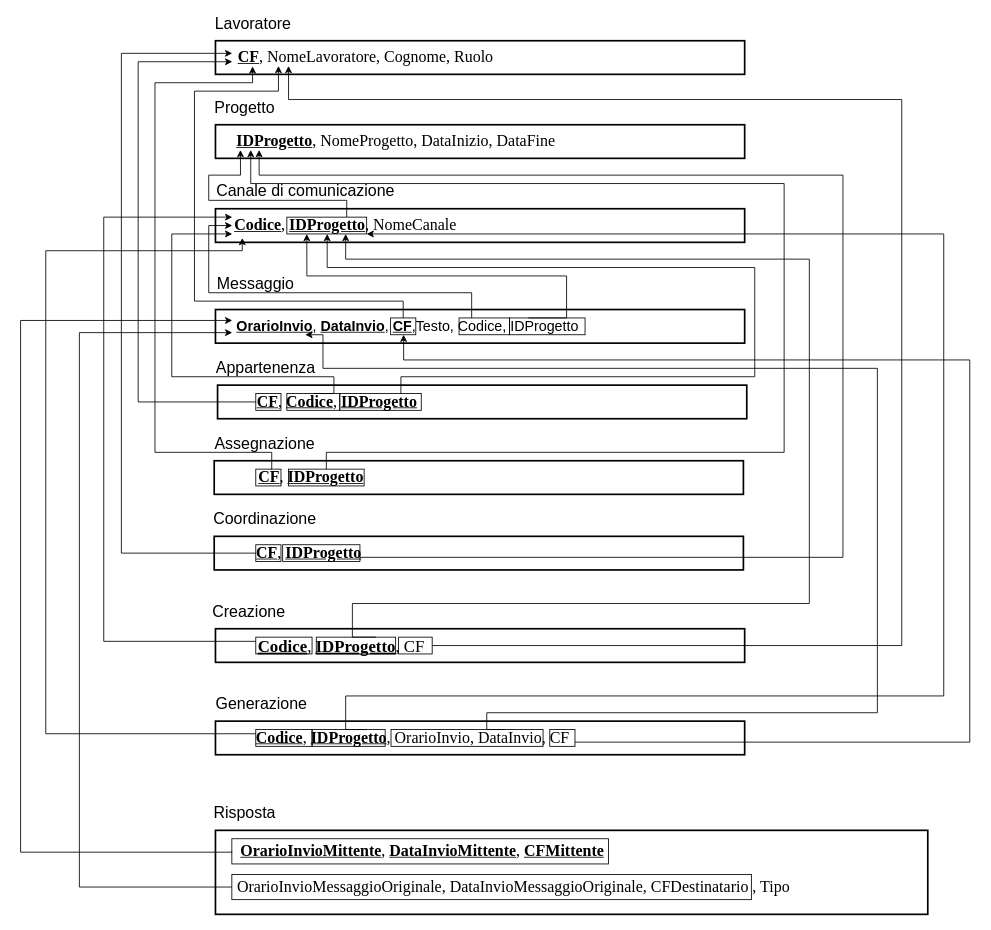
Earlier version of the draw.io diagram page "Modello relazionale" (8 of 8) of Relazione/Schema ER/scheletro.drawio (martafra/BD-Chat-Multicanale). Source tidied: cells renumbered, new cells numbered last; positions are measured from the earlier drawing's top-left corner, leaving out a move shared by most shapes. Both pictures are drawn from the tidied source at 84%, with x=0, y=0 at pixel (20, 15).
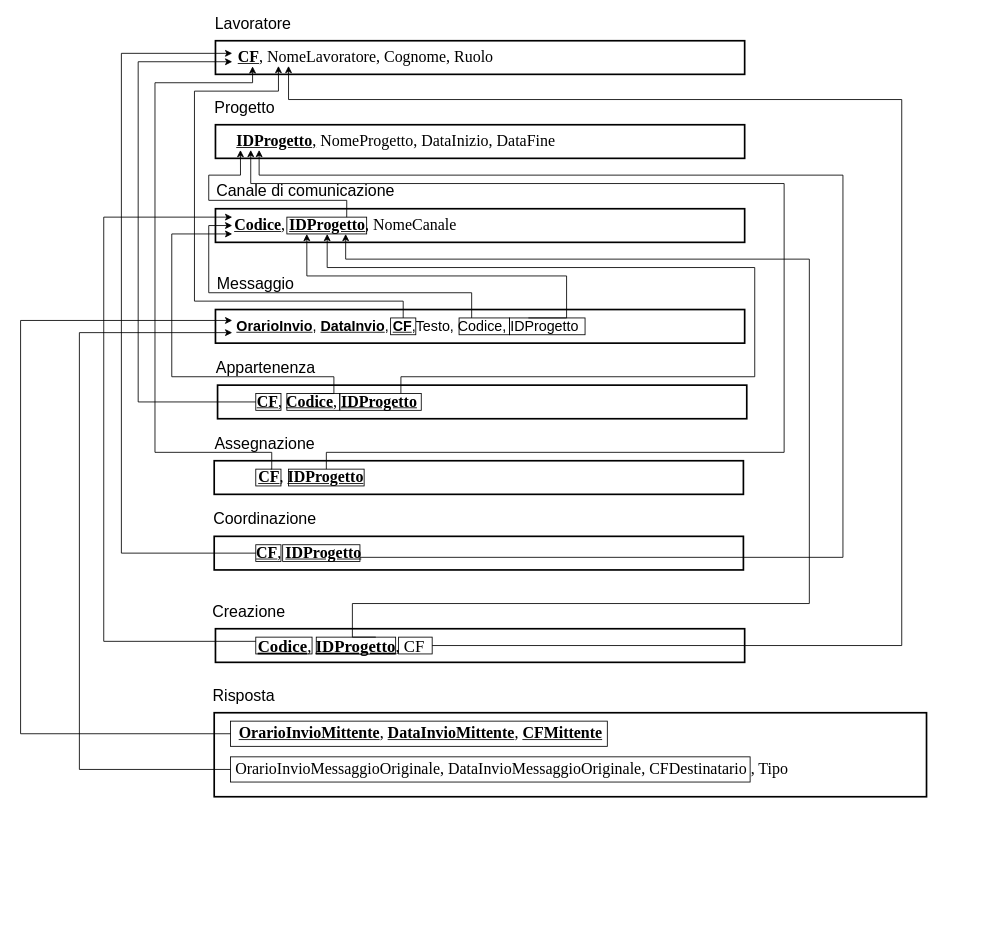
Above is the later version.

The change refers to these unchanged cells:
```xml
<mxCell id="10" value="&lt;font style=&quot;font-size: 19px&quot;&gt;&lt;u&gt;&lt;span style=&quot;line-height: 150% ; font-family: &amp;#34;times new roman&amp;#34; , serif&quot;&gt;&lt;b&gt;Codice&lt;/b&gt;&lt;/span&gt;&lt;/u&gt;&lt;span style=&quot;line-height: 150% ; font-family: &amp;#34;times new roman&amp;#34; , serif&quot;&gt;, &lt;u&gt;&lt;b&gt;IDProgetto&lt;/b&gt;&lt;/u&gt;, NomeCanale&lt;/span&gt;&lt;/font&gt;" style="text;html=1;strokeColor=none;fillColor=none;align=center;verticalAlign=middle;whiteSpace=wrap;rounded=0;fontSize=19;" parent="1" vertex="1">
  <mxGeometry x="252" y="240" width="270" height="20" as="geometry" />
</mxCell>
<mxCell id="12" value="&lt;font style=&quot;font-size: 17px&quot;&gt;&lt;u&gt;&lt;span style=&quot;line-height: 150%&quot;&gt;&lt;b&gt;OrarioInvio&lt;/b&gt;&lt;/span&gt;&lt;/u&gt;&lt;span style=&quot;line-height: 150%&quot;&gt;, &lt;u&gt;&lt;b&gt;DataInvio&lt;/b&gt;&lt;/u&gt;, &lt;b&gt;&lt;u&gt;CF&lt;/u&gt;&lt;/b&gt;,Testo, Codice, IDProgetto&lt;/span&gt;&lt;/font&gt;" style="text;whiteSpace=wrap;html=1;fontSize=18;fontFamily=Helvetica;verticalAlign=middle;align=center;" parent="1" vertex="1">
  <mxGeometry x="252" y="355" width="418" height="30" as="geometry" />
</mxCell>
<mxCell id="35" style="rounded=0;whiteSpace=wrap;html=1;fillColor=none;fontFamily=Helvetica;fontSize=19;align=left;" parent="1" vertex="1">
  <mxGeometry x="317" y="240" width="95" height="20" as="geometry" />
</mxCell>
<mxCell id="37" style="rounded=0;whiteSpace=wrap;html=1;fillColor=none;fontFamily=Helvetica;fontSize=19;align=left;" parent="1" vertex="1">
  <mxGeometry x="440.5" y="360" width="30" height="20" as="geometry" />
</mxCell>
```

What changed in the source:
```diff
@@
-    <mxCell id="27" style="rounded=0;whiteSpace=wrap;html=1;fillColor=none;labelBorderColor=#000000;strokeWidth=2;" parent="1" vertex="1">
-      <mxGeometry x="232" y="840" width="630" height="40" as="geometry" />
-    </mxCell>
-    <mxCell id="28" value="&lt;u style=&quot;font-size: 19px&quot;&gt;&lt;span style=&quot;font-size: 19px ; line-height: 150% ; font-family: &amp;#34;times new roman&amp;#34; , serif&quot;&gt;&lt;b&gt;Codice&lt;/b&gt;&lt;/span&gt;&lt;/u&gt;&lt;span style=&quot;font-size: 19px ; line-height: 150% ; font-family: &amp;#34;times new roman&amp;#34; , serif&quot;&gt;, &lt;u style=&quot;font-size: 19px&quot;&gt;&lt;b&gt;IDProgetto&lt;/b&gt;&lt;/u&gt;, OrarioInvio, DataInvio, CF&lt;/span&gt;" style="text;html=1;strokeColor=none;fillColor=none;align=center;verticalAlign=middle;whiteSpace=wrap;rounded=0;fontFamily=Helvetica;fontSize=19;" parent="1" vertex="1">
-      <mxGeometry x="252" y="845" width="430" height="30" as="geometry" />
-    </mxCell>
-    <mxCell id="29" value="Generazione" style="text;html=1;strokeColor=none;fillColor=none;align=center;verticalAlign=middle;whiteSpace=wrap;rounded=0;fontFamily=Helvetica;fontSize=19;" parent="1" vertex="1">
-      <mxGeometry x="232" y="810" width="110" height="20" as="geometry" />
-    </mxCell>
     <mxCell id="30" style="edgeStyle=orthogonalEdgeStyle;rounded=0;jettySize=auto;html=1;exitX=0;exitY=0.5;exitDx=0;exitDy=0;fontFamily=Helvetica;fontSize=19;" parent="1" edge="1" source="67" target="12">
       <mxGeometry relative="1" as="geometry">
         <Array as="points">
-          <mxPoint x="252" y="996" />
-          <mxPoint y="996" />
+          <mxPoint y="855" />
           <mxPoint y="363" />
         </Array>
       </mxGeometry>
     </mxCell>
     <mxCell id="31" style="rounded=0;whiteSpace=wrap;html=1;fillColor=none;labelBorderColor=#000000;labelBackgroundColor=none;strokeWidth=2;" parent="1" vertex="1">
-      <mxGeometry x="232" y="970" width="848" height="100" as="geometry" />
+      <mxGeometry x="230.5" y="830" width="848" height="100" as="geometry" />
     </mxCell>
     <mxCell id="32" value="&lt;span style=&quot;font-size: 19px ; line-height: 150% ; font-family: &amp;#34;times new roman&amp;#34; , serif&quot;&gt;OrarioInvioMessaggioOriginale, DataInvioMessaggioOriginale, CFDestinatario , Tipo&lt;/span&gt;" style="text;html=1;strokeColor=none;fillColor=none;align=left;verticalAlign=middle;whiteSpace=wrap;rounded=0;fontFamily=Helvetica;fontSize=19;" parent="1" vertex="1">
-      <mxGeometry x="255.5" y="1022.5" width="714.5" height="30" as="geometry" />
+      <mxGeometry x="254" y="882.5" width="714.5" height="30" as="geometry" />
     </mxCell>
     <mxCell id="33" value="Risposta" style="text;html=1;strokeColor=none;fillColor=none;align=center;verticalAlign=middle;whiteSpace=wrap;rounded=0;fontFamily=Helvetica;fontSize=19;" parent="1" vertex="1">
-      <mxGeometry x="232" y="940" width="70" height="20" as="geometry" />
+      <mxGeometry x="230.5" y="800" width="70" height="20" as="geometry" />
     </mxCell>
@@
-    <mxCell id="61" style="edgeStyle=orthogonalEdgeStyle;rounded=0;jettySize=auto;html=1;exitX=0;exitY=0.25;exitDx=0;exitDy=0;entryX=0.044;entryY=1.241;entryDx=0;entryDy=0;entryPerimeter=0;fontFamily=Helvetica;fontSize=19;" parent="1" edge="1" source="62" target="10">
-      <mxGeometry relative="1" as="geometry">
-        <Array as="points">
-          <mxPoint x="30" y="855" />
-          <mxPoint x="30" y="280" />
-          <mxPoint x="264" y="280" />
-        </Array>
-      </mxGeometry>
-    </mxCell>
-    <mxCell id="62" style="rounded=0;whiteSpace=wrap;html=1;fillColor=none;fontFamily=Helvetica;fontSize=19;align=left;" parent="1" vertex="1">
-      <mxGeometry x="280" y="850" width="67" height="20" as="geometry" />
-    </mxCell>
-    <mxCell id="63" style="edgeStyle=orthogonalEdgeStyle;rounded=0;jettySize=auto;html=1;exitX=0.75;exitY=0;exitDx=0;exitDy=0;entryX=1;entryY=1;entryDx=0;entryDy=0;fontFamily=Helvetica;fontSize=19;" parent="1" edge="1" source="64" target="35">
-      <mxGeometry relative="1" as="geometry">
-        <Array as="points">
-          <mxPoint x="387" y="810" />
-          <mxPoint x="1099" y="810" />
-          <mxPoint x="1099" y="260" />
-        </Array>
-      </mxGeometry>
-    </mxCell>
-    <mxCell id="64" style="rounded=0;whiteSpace=wrap;html=1;fillColor=none;fontFamily=Helvetica;fontSize=19;align=left;" parent="1" vertex="1">
-      <mxGeometry x="347" y="850" width="87" height="20" as="geometry" />
-    </mxCell>
-    <mxCell id="65" style="edgeStyle=orthogonalEdgeStyle;rounded=0;jettySize=auto;html=1;exitX=1;exitY=0.75;exitDx=0;exitDy=0;fontFamily=Helvetica;fontSize=19;" parent="1" edge="1" source="66" target="37">
-      <mxGeometry relative="1" as="geometry">
-        <Array as="points">
-          <mxPoint x="1130" y="865" />
-          <mxPoint x="1130" y="410" />
-          <mxPoint x="456" y="410" />
-        </Array>
-      </mxGeometry>
-    </mxCell>
-    <mxCell id="66" style="rounded=0;whiteSpace=wrap;html=1;fillColor=none;fontFamily=Helvetica;fontSize=19;align=left;" parent="1" vertex="1">
-      <mxGeometry x="630" y="850" width="30" height="20" as="geometry" />
-    </mxCell>
     <mxCell id="67" style="rounded=0;whiteSpace=wrap;html=1;fillColor=none;fontFamily=Helvetica;fontSize=19;align=left;" parent="1" vertex="1">
-      <mxGeometry x="251.5" y="980" width="448.5" height="30" as="geometry" />
+      <mxGeometry x="250" y="840" width="448.5" height="30" as="geometry" />
     </mxCell>
     <mxCell id="68" style="edgeStyle=orthogonalEdgeStyle;rounded=0;jettySize=auto;html=1;exitX=0;exitY=0.5;exitDx=0;exitDy=0;entryX=0;entryY=0.75;entryDx=0;entryDy=0;fontFamily=Helvetica;fontSize=19;" parent="1" edge="1" source="69" target="12">
       <mxGeometry relative="1" as="geometry">
         <Array as="points">
-          <mxPoint x="70" y="1038" />
+          <mxPoint x="70" y="897" />
           <mxPoint x="70" y="378" />
         </Array>
       </mxGeometry>
     </mxCell>
     <mxCell id="69" style="rounded=0;whiteSpace=wrap;html=1;fillColor=none;fontFamily=Helvetica;fontSize=19;align=left;" parent="1" vertex="1">
-      <mxGeometry x="251.5" y="1022.5" width="618.5" height="30" as="geometry" />
+      <mxGeometry x="250" y="882.5" width="618.5" height="30" as="geometry" />
     </mxCell>
-    <mxCell id="70" style="edgeStyle=orthogonalEdgeStyle;rounded=0;jettySize=auto;html=1;exitX=0.75;exitY=0;exitDx=0;exitDy=0;fontFamily=Helvetica;fontSize=19;entryX=0.208;entryY=0.833;entryDx=0;entryDy=0;entryPerimeter=0;" parent="1" edge="1" source="71" target="12">
-      <mxGeometry relative="1" as="geometry">
-        <Array as="points">
-          <mxPoint x="555" y="830" />
-          <mxPoint x="1020" y="830" />
-          <mxPoint x="1020" y="420" />
-          <mxPoint x="360" y="420" />
-          <mxPoint x="360" y="380" />
-        </Array>
-      </mxGeometry>
-    </mxCell>
-    <mxCell id="71" style="rounded=0;whiteSpace=wrap;html=1;fillColor=none;fontFamily=Helvetica;fontSize=19;align=left;" parent="1" vertex="1">
-      <mxGeometry x="441" y="850" width="181" height="20" as="geometry" />
-    </mxCell>
     <mxCell id="72" value="&lt;u style=&quot;font-size: 19px ; text-align: left&quot;&gt;&lt;span style=&quot;line-height: 28.5px ; font-family: &amp;#34;times new roman&amp;#34; , serif&quot;&gt;&lt;b&gt;OrarioInvioMittente&lt;/b&gt;&lt;/span&gt;&lt;/u&gt;&lt;span style=&quot;font-size: 19px ; text-align: left ; line-height: 28.5px ; font-family: &amp;#34;times new roman&amp;#34; , serif&quot;&gt;,&amp;nbsp;&lt;u&gt;&lt;b&gt;DataInvioMittente&lt;/b&gt;&lt;/u&gt;,&amp;nbsp;&lt;u&gt;&lt;b&gt;CFMittente&lt;/b&gt;&lt;/u&gt;&lt;/span&gt;" style="text;html=1;strokeColor=none;fillColor=none;align=center;verticalAlign=middle;whiteSpace=wrap;rounded=0;" parent="1" vertex="1">
-      <mxGeometry x="255.5" y="985" width="444.5" height="20" as="geometry" />
+      <mxGeometry x="254" y="845" width="444.5" height="20" as="geometry" />
     </mxCell>
```
